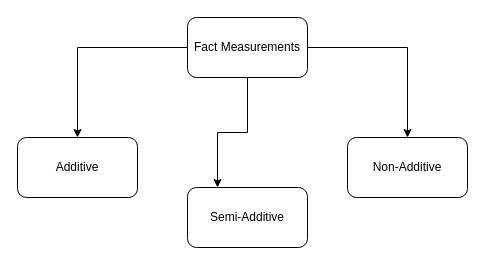
Earlier version of the draw.io diagram Untitled Diagram.drawio (Farruxbek-Azatov/DWDrawings). Source tidied: cells renumbered, new cells numbered last; positions are measured from the earlier drawing's top-left corner, leaving out a move shared by most shapes. Both pictures are drawn from the tidied source at 100%, with x=0, y=0 at pixel (17, 17).
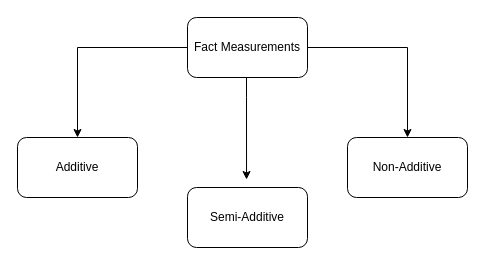
The same diagram, later.

Diff of the diagram source:
```diff
@@
 <mxGraphModel>
   <root>
     <mxCell id="0" />
     <mxCell id="1" parent="0" />
     <mxCell id="2" style="edgeStyle=orthogonalEdgeStyle;rounded=0;jettySize=auto;html=1;entryX=0.5;entryY=0;entryDx=0;entryDy=0;" parent="1" edge="1" source="5" target="6">
       <mxGeometry relative="1" as="geometry" />
     </mxCell>
     <mxCell id="3" style="edgeStyle=orthogonalEdgeStyle;rounded=0;jettySize=auto;html=1;" parent="1" edge="1" source="5" target="8">
       <mxGeometry relative="1" as="geometry" />
     </mxCell>
-    <mxCell id="4" style="edgeStyle=orthogonalEdgeStyle;rounded=0;jettySize=auto;html=1;entryX=0.25;entryY=0;entryDx=0;entryDy=0;" parent="1" edge="1" source="5" target="7">
-      <mxGeometry relative="1" as="geometry" />
+    <mxCell id="4" style="edgeStyle=orthogonalEdgeStyle;rounded=0;jettySize=auto;html=1;entryX=0.492;entryY=-0.133;entryDx=0;entryDy=0;entryPerimeter=0;" parent="1" edge="1" source="5" target="7">
+      <mxGeometry relative="1" as="geometry">
+        <Array as="points">
+          <mxPoint x="229" y="80" />
+          <mxPoint x="229" y="80" />
+        </Array>
+      </mxGeometry>
     </mxCell>
     <mxCell id="5" value="Fact Measurements" style="rounded=1;whiteSpace=wrap;html=1;" parent="1" vertex="1">
       <mxGeometry x="170" width="120" height="60" as="geometry" />
     </mxCell>
     <mxCell id="6" value="Additive" style="rounded=1;whiteSpace=wrap;html=1;" parent="1" vertex="1">
       <mxGeometry y="120" width="120" height="60" as="geometry" />
     </mxCell>
     <mxCell id="7" value="Semi-Additive" style="rounded=1;whiteSpace=wrap;html=1;" parent="1" vertex="1">
       <mxGeometry x="170" y="170" width="120" height="60" as="geometry" />
     </mxCell>
     <mxCell id="8" value="Non-Additive" style="rounded=1;whiteSpace=wrap;html=1;" parent="1" vertex="1">
       <mxGeometry x="330" y="120" width="120" height="60" as="geometry" />
     </mxCell>
   </root>
 </mxGraphModel>
```
